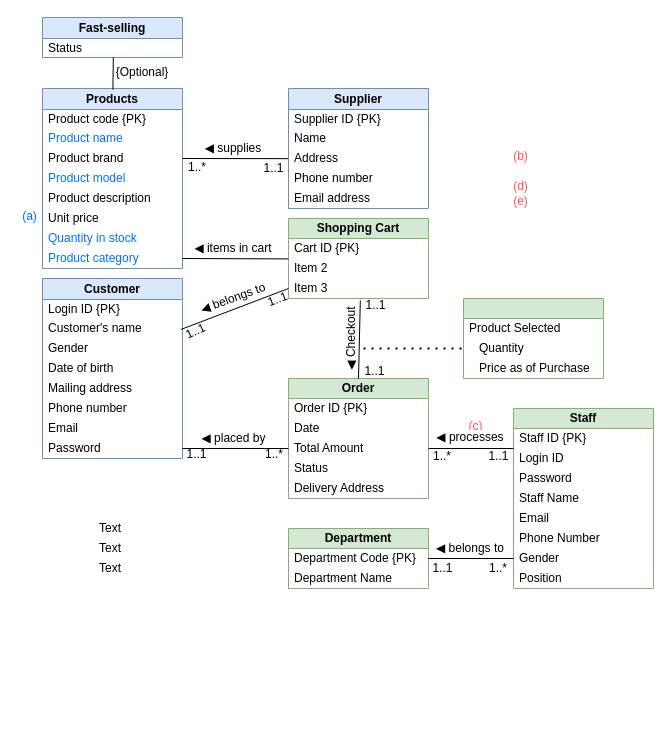
The draw.io diagram Assignment_1.drawio in shadowngks/DBMS, before the edit. Source tidied: cells renumbered, new cells numbered last; positions are measured from the earlier drawing's top-left corner, leaving out a move shared by most shapes. Both pictures are drawn from the tidied source at 100%, with x=0, y=0 at pixel (17, 17).
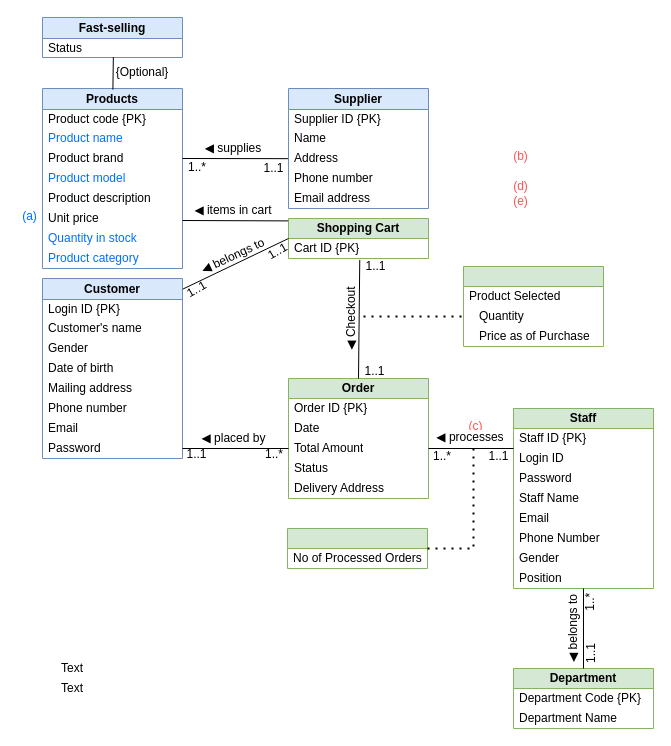
The same page after the edit.

Commit message:
Long Live

Unchanged cells that the change refers to:
```xml
<mxCell id="10" value="Product category" style="text;html=1;align=left;verticalAlign=middle;whiteSpace=wrap;rounded=0;spacingLeft=4;fontColor=#006FFF;" parent="2" vertex="1">
  <mxGeometry y="160" width="140" height="20" as="geometry" />
</mxCell>
<mxCell id="17" value="Customer" style="swimlane;fontStyle=1;horizontal=1;startSize=21;whiteSpace=wrap;html=1;fillColor=#dae8fc;strokeColor=#6c8ebf;" parent="1" vertex="1">
  <mxGeometry x="25" y="261" width="140" height="180" as="geometry" />
</mxCell>
<mxCell id="19" value="Customer's name" style="text;strokeColor=none;fillColor=none;align=left;verticalAlign=middle;spacingLeft=4;spacingRight=4;overflow=hidden;points=[[0,0.5],[1,0.5]];portConstraint=eastwest;whiteSpace=wrap;html=1;" parent="17" vertex="1">
  <mxGeometry y="40" width="140" height="20" as="geometry" />
</mxCell>
<mxCell id="35" value="Cart ID {PK}" style="text;strokeColor=none;fillColor=none;align=left;verticalAlign=middle;spacingLeft=4;spacingRight=4;overflow=hidden;points=[[0,0.5],[1,0.5]];portConstraint=eastwest;whiteSpace=wrap;html=1;" parent="34" vertex="1">
  <mxGeometry y="20" width="140" height="20" as="geometry" />
</mxCell>
<mxCell id="42" value="Quantity" style="text;strokeColor=none;fillColor=none;align=left;verticalAlign=middle;spacingLeft=14;spacingRight=4;overflow=hidden;points=[[0,0.5],[1,0.5]];portConstraint=eastwest;whiteSpace=wrap;html=1;" parent="40" vertex="1">
  <mxGeometry y="40" width="140" height="20" as="geometry" />
</mxCell>
<mxCell id="44" value="Order" style="swimlane;fontStyle=1;horizontal=1;startSize=20;whiteSpace=wrap;html=1;fillColor=#d5e8d4;strokeColor=#82b366;" parent="1" vertex="1">
  <mxGeometry x="271" y="361" width="140" height="120" as="geometry" />
</mxCell>
<mxCell id="69" value="Gender" style="text;html=1;align=left;verticalAlign=middle;whiteSpace=wrap;rounded=0;spacingLeft=4;" parent="62" vertex="1">
  <mxGeometry y="140" width="140" height="20" as="geometry" />
</mxCell>
<mxCell id="70" value="Position" style="text;html=1;align=left;verticalAlign=middle;whiteSpace=wrap;rounded=0;spacingLeft=4;" parent="62" vertex="1">
  <mxGeometry y="160" width="140" height="20" as="geometry" />
</mxCell>
<mxCell id="72" value="Department Code {PK}" style="text;strokeColor=none;fillColor=none;align=left;verticalAlign=middle;spacingLeft=4;spacingRight=4;overflow=hidden;points=[[0,0.5],[1,0.5]];portConstraint=eastwest;whiteSpace=wrap;html=1;" parent="71" vertex="1">
  <mxGeometry y="20" width="140" height="20" as="geometry" />
</mxCell>
<mxCell id="88" value="&lt;span style=&quot;font-family: sans-serif; font-size: 12.0191px; text-align: start; white-space: pre; background-color: rgb(255, 255, 255);&quot;&gt;◀ processes&lt;/span&gt;" style="text;html=1;align=center;verticalAlign=middle;whiteSpace=wrap;rounded=0;" parent="1" vertex="1">
  <mxGeometry x="413" y="411" width="80" height="18" as="geometry" />
</mxCell>
```

Diff of the diagram source:
```diff
@@
     <mxCell id="34" value="Shopping Cart" style="swimlane;fontStyle=1;horizontal=1;startSize=20;whiteSpace=wrap;html=1;fillColor=#d5e8d4;strokeColor=#82b366;" parent="1" vertex="1">
-      <mxGeometry x="271" y="201" width="140" height="80" as="geometry" />
+      <mxGeometry x="271" y="201" width="140" height="40" as="geometry" />
     </mxCell>
@@
-    <mxCell id="36" value="Item 2" style="text;strokeColor=none;fillColor=none;align=left;verticalAlign=middle;spacingLeft=4;spacingRight=4;overflow=hidden;points=[[0,0.5],[1,0.5]];portConstraint=eastwest;whiteSpace=wrap;html=1;" parent="34" vertex="1">
-      <mxGeometry y="40" width="140" height="20" as="geometry" />
-    </mxCell>
-    <mxCell id="37" value="Item 3" style="text;strokeColor=none;fillColor=none;align=left;verticalAlign=middle;spacingLeft=4;spacingRight=4;overflow=hidden;points=[[0,0.5],[1,0.5]];portConstraint=eastwest;whiteSpace=wrap;html=1;" parent="34" vertex="1">
-      <mxGeometry y="60" width="140" height="20" as="geometry" />
-    </mxCell>
-    <mxCell id="38" style="endArrow=none;html=1;rounded=0;entryX=1;entryY=0.5;entryDx=0;entryDy=0;exitX=-0.002;exitY=0.021;exitDx=0;exitDy=0;exitPerimeter=0;" parent="1" edge="1" source="36" target="10">
-      <mxGeometry relative="1" as="geometry" />
+    <mxCell id="38" style="endArrow=none;html=1;rounded=0;entryX=1;entryY=0.5;entryDx=0;entryDy=0;exitX=-0.002;exitY=0.021;exitDx=0;exitDy=0;exitPerimeter=0;" parent="1" edge="1">
+      <mxGeometry relative="1" as="geometry">
+        <mxPoint x="270.7" y="203.4" as="sourcePoint" />
+        <mxPoint x="165" y="203" as="targetPoint" />
+      </mxGeometry>
     </mxCell>
     <mxCell id="39" value="&lt;span style=&quot;font-family: sans-serif; font-size: 12.0191px; text-align: start; white-space: pre; background-color: rgb(255, 255, 255);&quot;&gt;◀ items in cart&lt;/span&gt;" style="text;html=1;align=center;verticalAlign=middle;whiteSpace=wrap;rounded=0;" parent="1" vertex="1">
-      <mxGeometry x="176" y="221" width="80" height="20" as="geometry" />
+      <mxGeometry x="176" y="183" width="80" height="20" as="geometry" />
     </mxCell>
     <mxCell id="40" style="swimlane;fontStyle=0;horizontal=1;startSize=20;whiteSpace=wrap;html=1;fillColor=#d5e8d4;strokeColor=#82b366;" parent="1" vertex="1">
-      <mxGeometry x="446" y="281" width="140" height="80" as="geometry" />
+      <mxGeometry x="446" y="249" width="140" height="80" as="geometry" />
     </mxCell>
@@
-    <mxCell id="50" value="Text" style="text;html=1;align=left;verticalAlign=middle;whiteSpace=wrap;rounded=0;spacingLeft=4;" parent="1" vertex="1">
-      <mxGeometry x="76" y="501" width="140" height="20" as="geometry" />
-    </mxCell>
     <mxCell id="51" value="Text" style="text;html=1;align=left;verticalAlign=middle;whiteSpace=wrap;rounded=0;spacingLeft=4;" parent="1" vertex="1">
-      <mxGeometry x="76" y="521" width="140" height="20" as="geometry" />
+      <mxGeometry x="37.5" y="641" width="140" height="20" as="geometry" />
     </mxCell>
     <mxCell id="52" value="Text" style="text;html=1;align=left;verticalAlign=middle;whiteSpace=wrap;rounded=0;spacingLeft=4;" parent="1" vertex="1">
-      <mxGeometry x="76" y="541" width="140" height="20" as="geometry" />
+      <mxGeometry x="37.5" y="661" width="140" height="20" as="geometry" />
     </mxCell>
-    <mxCell id="53" style="endArrow=none;html=1;rounded=0;entryX=0.513;entryY=1.1;entryDx=0;entryDy=0;entryPerimeter=0;exitX=0.5;exitY=0;exitDx=0;exitDy=0;" parent="1" edge="1" source="44" target="37">
+    <mxCell id="53" style="endArrow=none;html=1;rounded=0;entryX=0.509;entryY=1.069;entryDx=0;entryDy=0;entryPerimeter=0;exitX=0.5;exitY=0;exitDx=0;exitDy=0;" parent="1" edge="1" source="44" target="35">
       <mxGeometry relative="1" as="geometry" />
     </mxCell>
     <mxCell id="54" style="endArrow=none;dashed=1;html=1;dashPattern=1 3;strokeWidth=2;rounded=0;entryX=0;entryY=0.5;entryDx=0;entryDy=0;" parent="1" edge="1" target="42">
       <mxGeometry relative="1" as="geometry">
-        <mxPoint x="346" y="331" as="sourcePoint" />
+        <mxPoint x="346" y="299" as="sourcePoint" />
       </mxGeometry>
     </mxCell>
     <mxCell id="55" value="&lt;span style=&quot;font-family: sans-serif; font-size: 12.0191px; text-align: start; white-space: pre; background-color: rgb(255, 255, 255);&quot;&gt;◀ &lt;/span&gt;Checkout" style="text;html=1;align=center;verticalAlign=middle;whiteSpace=wrap;rounded=0;rotation=-90;" parent="1" vertex="1">
-      <mxGeometry x="304" y="316" width="60" height="10" as="geometry" />
+      <mxGeometry x="304" y="296" width="60" height="10" as="geometry" />
     </mxCell>
@@
-    <mxCell id="58" style="endArrow=none;html=1;rounded=0;exitX=0.99;exitY=0.545;exitDx=0;exitDy=0;entryX=0;entryY=0.5;entryDx=0;entryDy=0;exitPerimeter=0;" parent="1" edge="1" source="19" target="37">
+    <mxCell id="58" style="endArrow=none;html=1;rounded=0;exitX=1.002;exitY=0.059;exitDx=0;exitDy=0;entryX=0;entryY=0.5;entryDx=0;entryDy=0;exitPerimeter=0;" parent="1" edge="1" source="17" target="34">
       <mxGeometry relative="1" as="geometry" />
     </mxCell>
-    <mxCell id="59" value="&lt;span style=&quot;font-family: sans-serif; font-size: 12.0191px; text-align: start; white-space: pre; background-color: rgb(255, 255, 255);&quot;&gt;◀ belongs to&lt;/span&gt;" style="text;html=1;align=center;verticalAlign=middle;whiteSpace=wrap;rounded=0;rotation=-20;" parent="1" vertex="1">
-      <mxGeometry x="176" y="271" width="80" height="20" as="geometry" />
+    <mxCell id="59" value="&lt;span style=&quot;font-family: sans-serif; font-size: 12.0191px; text-align: start; white-space: pre; background-color: rgb(255, 255, 255);&quot;&gt;◀ belongs to&lt;/span&gt;" style="text;html=1;align=center;verticalAlign=middle;whiteSpace=wrap;rounded=0;rotation=-25;" parent="1" vertex="1">
+      <mxGeometry x="175.5" y="234" width="80" height="10" as="geometry" />
     </mxCell>
-    <mxCell id="60" value="1..1" style="text;html=1;align=center;verticalAlign=middle;whiteSpace=wrap;rounded=0;rotation=-25;" parent="1" vertex="1">
-      <mxGeometry x="164" y="309" width="29" height="10" as="geometry" />
+    <mxCell id="60" value="1..1" style="text;html=1;align=center;verticalAlign=middle;whiteSpace=wrap;rounded=0;rotation=-30;" parent="1" vertex="1">
+      <mxGeometry x="165" y="267" width="29" height="10" as="geometry" />
     </mxCell>
-    <mxCell id="61" value="1..1" style="text;html=1;align=center;verticalAlign=middle;whiteSpace=wrap;rounded=0;rotation=-20;" parent="1" vertex="1">
-      <mxGeometry x="246" y="277" width="29" height="10" as="geometry" />
+    <mxCell id="61" value="1..1" style="text;html=1;align=center;verticalAlign=middle;whiteSpace=wrap;rounded=0;rotation=-30;" parent="1" vertex="1">
+      <mxGeometry x="246" y="229" width="29" height="10" as="geometry" />
     </mxCell>
@@
     <mxCell id="71" value="Department" style="swimlane;fontStyle=1;horizontal=1;startSize=20;whiteSpace=wrap;html=1;fillColor=#d5e8d4;strokeColor=#82b366;" parent="1" vertex="1">
-      <mxGeometry x="271" y="511" width="140" height="60" as="geometry" />
+      <mxGeometry x="496" y="651" width="140" height="60" as="geometry" />
     </mxCell>
@@
-    <mxCell id="74" style="endArrow=none;html=1;rounded=0;entryX=0;entryY=0.5;entryDx=0;entryDy=0;exitX=1;exitY=0.5;exitDx=0;exitDy=0;" parent="1" edge="1" source="72" target="69">
+    <mxCell id="74" style="endArrow=none;html=1;rounded=0;entryX=0.5;entryY=1;entryDx=0;entryDy=0;exitX=0.5;exitY=0;exitDx=0;exitDy=0;" parent="1" edge="1" source="71" target="70">
       <mxGeometry relative="1" as="geometry" />
     </mxCell>
-    <mxCell id="75" value="&lt;span style=&quot;font-family: sans-serif; font-size: 12.0191px; text-align: start; white-space: pre; background-color: rgb(255, 255, 255);&quot;&gt;◀ belongs to&lt;/span&gt;" style="text;html=1;align=center;verticalAlign=middle;whiteSpace=wrap;rounded=0;" parent="1" vertex="1">
-      <mxGeometry x="413" y="521" width="80" height="20" as="geometry" />
+    <mxCell id="75" value="&lt;span style=&quot;font-family: sans-serif; font-size: 12.0191px; text-align: start; white-space: pre; background-color: rgb(255, 255, 255);&quot;&gt;◀ belongs to&lt;/span&gt;" style="text;html=1;align=center;verticalAlign=middle;whiteSpace=wrap;rounded=0;rotation=-90;" parent="1" vertex="1">
+      <mxGeometry x="516" y="601" width="80" height="20" as="geometry" />
     </mxCell>
-    <mxCell id="76" value="1..1" style="text;html=1;align=center;verticalAlign=middle;whiteSpace=wrap;rounded=0;" parent="1" vertex="1">
-      <mxGeometry x="411" y="546" width="29" height="10" as="geometry" />
+    <mxCell id="76" value="1..1" style="text;html=1;align=center;verticalAlign=middle;whiteSpace=wrap;rounded=0;rotation=-90;" parent="1" vertex="1">
+      <mxGeometry x="559" y="631" width="29" height="10" as="geometry" />
     </mxCell>
-    <mxCell id="77" value="1..*" style="text;html=1;align=center;verticalAlign=middle;whiteSpace=wrap;rounded=0;" parent="1" vertex="1">
-      <mxGeometry x="466" y="547.2" width="30" height="7.5" as="geometry" />
+    <mxCell id="77" value="1..*" style="text;html=1;align=center;verticalAlign=middle;whiteSpace=wrap;rounded=0;rotation=-90;" parent="1" vertex="1">
+      <mxGeometry x="558" y="581" width="30" height="7.5" as="geometry" />
     </mxCell>
@@
     <mxCell id="80" value="1..1" style="text;html=1;align=center;verticalAlign=middle;whiteSpace=wrap;rounded=0;" parent="1" vertex="1">
-      <mxGeometry x="344" y="283" width="29" height="10" as="geometry" />
+      <mxGeometry x="344" y="244" width="29" height="10" as="geometry" />
     </mxCell>
@@
+    <mxCell id="91" style="swimlane;fontStyle=0;horizontal=1;startSize=20;whiteSpace=wrap;html=1;fillColor=#d5e8d4;strokeColor=#82b366;" parent="1" vertex="1">
+      <mxGeometry x="270" y="511" width="140" height="40" as="geometry" />
+    </mxCell>
+    <mxCell id="50" value="No of Processed Orders" style="text;html=1;align=left;verticalAlign=middle;whiteSpace=wrap;rounded=0;spacingLeft=4;" parent="91" vertex="1">
+      <mxGeometry y="20" width="140" height="20" as="geometry" />
+    </mxCell>
+    <mxCell id="92" style="endArrow=none;dashed=1;html=1;dashPattern=1 3;strokeWidth=2;rounded=0;edgeStyle=orthogonalEdgeStyle;exitX=1;exitY=0;exitDx=0;exitDy=0;entryX=0.5;entryY=1;entryDx=0;entryDy=0;" parent="1" edge="1" source="50" target="88">
+      <mxGeometry relative="1" as="geometry">
+        <Array as="points">
+          <mxPoint x="456" y="531" />
+          <mxPoint x="456" y="431" />
+          <mxPoint x="453" y="431" />
+        </Array>
+      </mxGeometry>
+    </mxCell>
```
